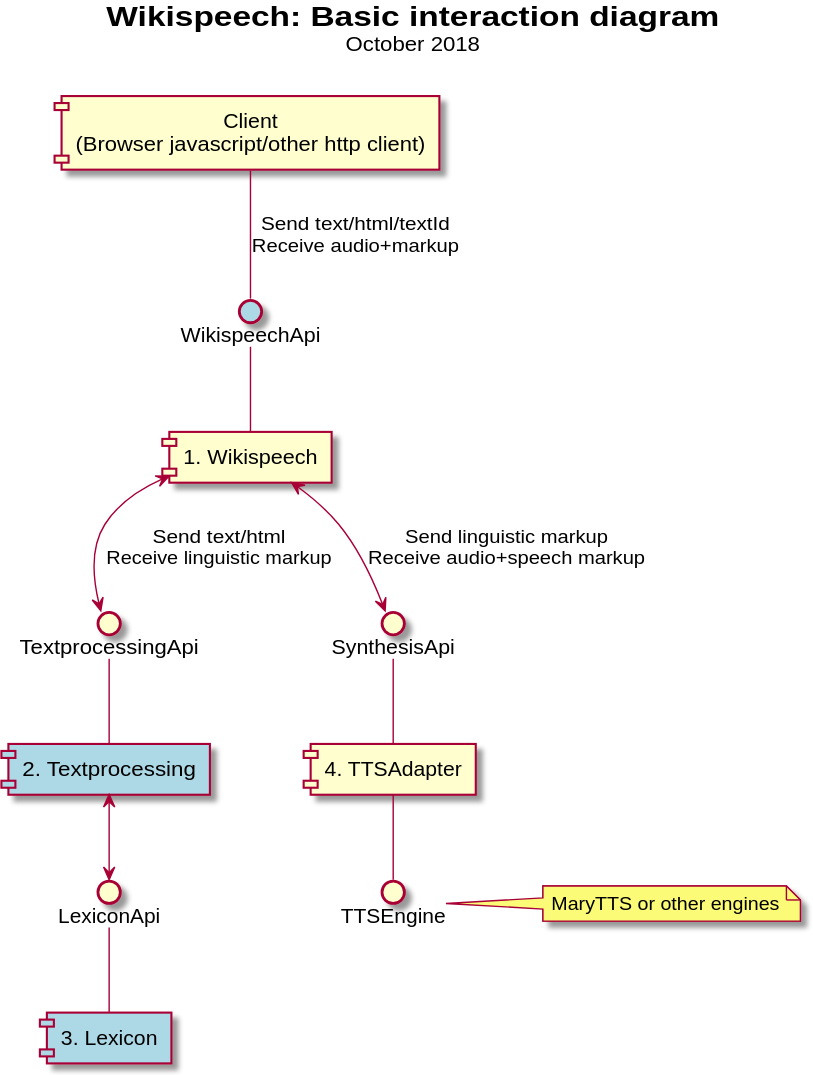
The PlantUML diagram docs/uml/interaction_diagram.svg in stts-se/wikispeech-server, before a commit. Its source is kept beside it as docs/uml/interaction_diagram.puml.
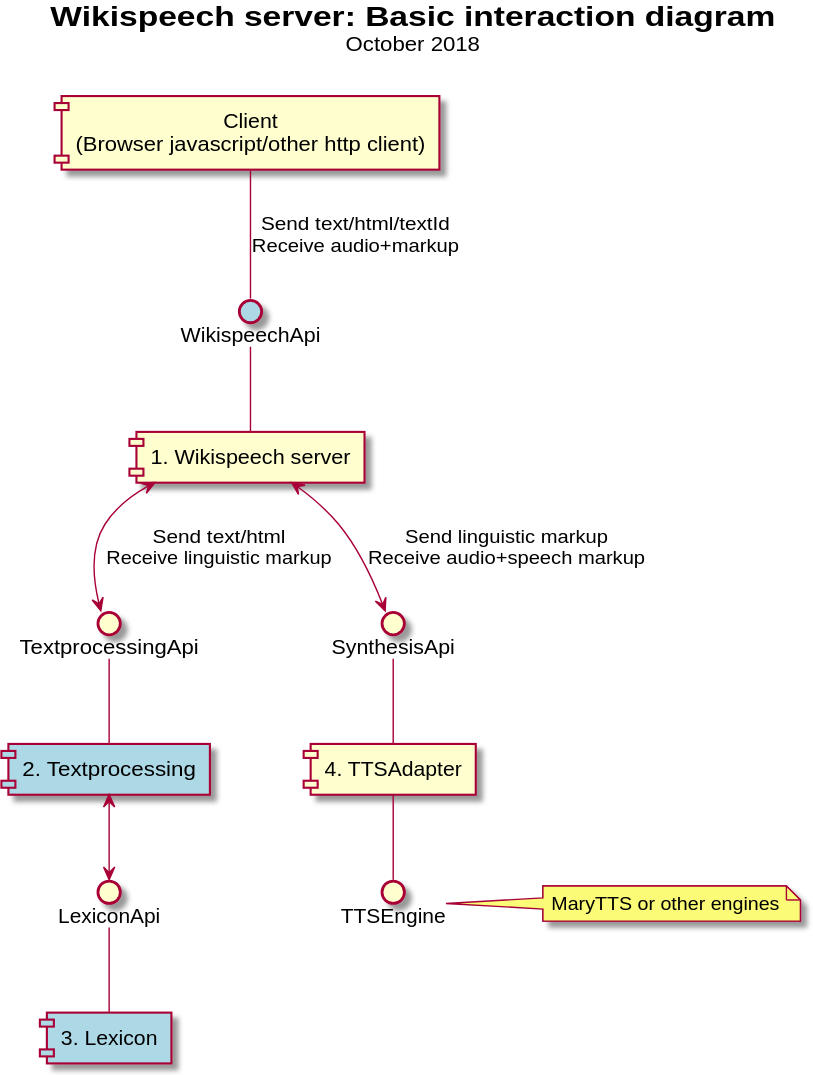
After the commit.

What changed in the source:
```diff
@@ -1,14 +1,14 @@
 @startuml
 
 title
-<size:20>**Wikispeech: Basic interaction diagram**</size>
+<size:20>**Wikispeech server: Basic interaction diagram**</size>
 <size:14>October 2018</size>
 <size:14></size>
 end title
 
 component "Client\n(Browser javascript/other http client)" as Client
 
-component "1. Wikispeech" as Wikispeech
+component "1. Wikispeech server" as Wikispeech
 component "2. Textprocessing" as Textprocessing #lightblue
 url of Textprocessing is [[textprocessing2.svg]]
 
```
